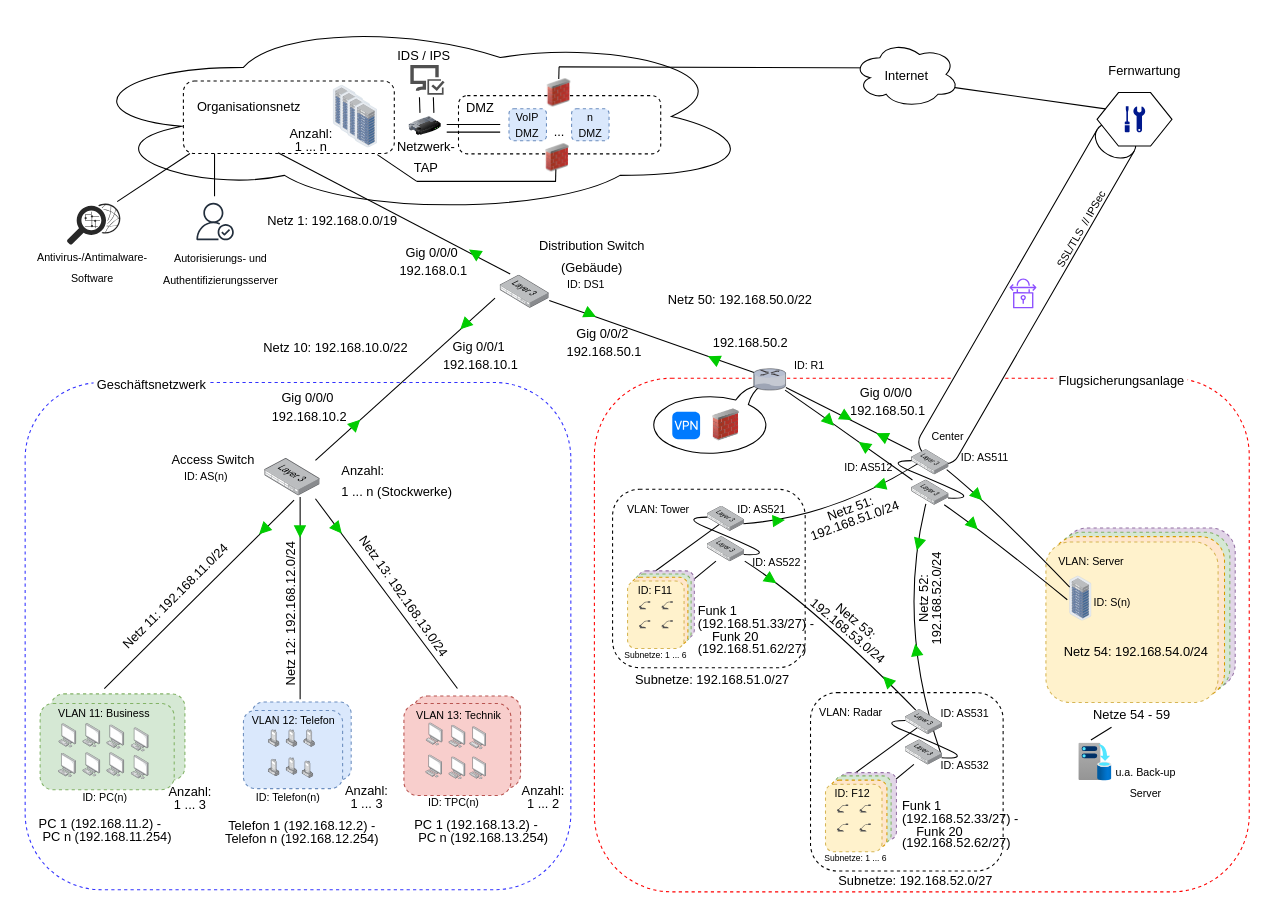
The draw.io diagram Logische Netzwerktopologie.drawio in meetSeb/Computer-Network, before the edit. Source tidied: cells renumbered, new cells numbered last; positions are measured from the earlier drawing's top-left corner, leaving out a move shared by most shapes. Both pictures are drawn from the tidied source at 107%, with x=0, y=0 at pixel (18, 18).
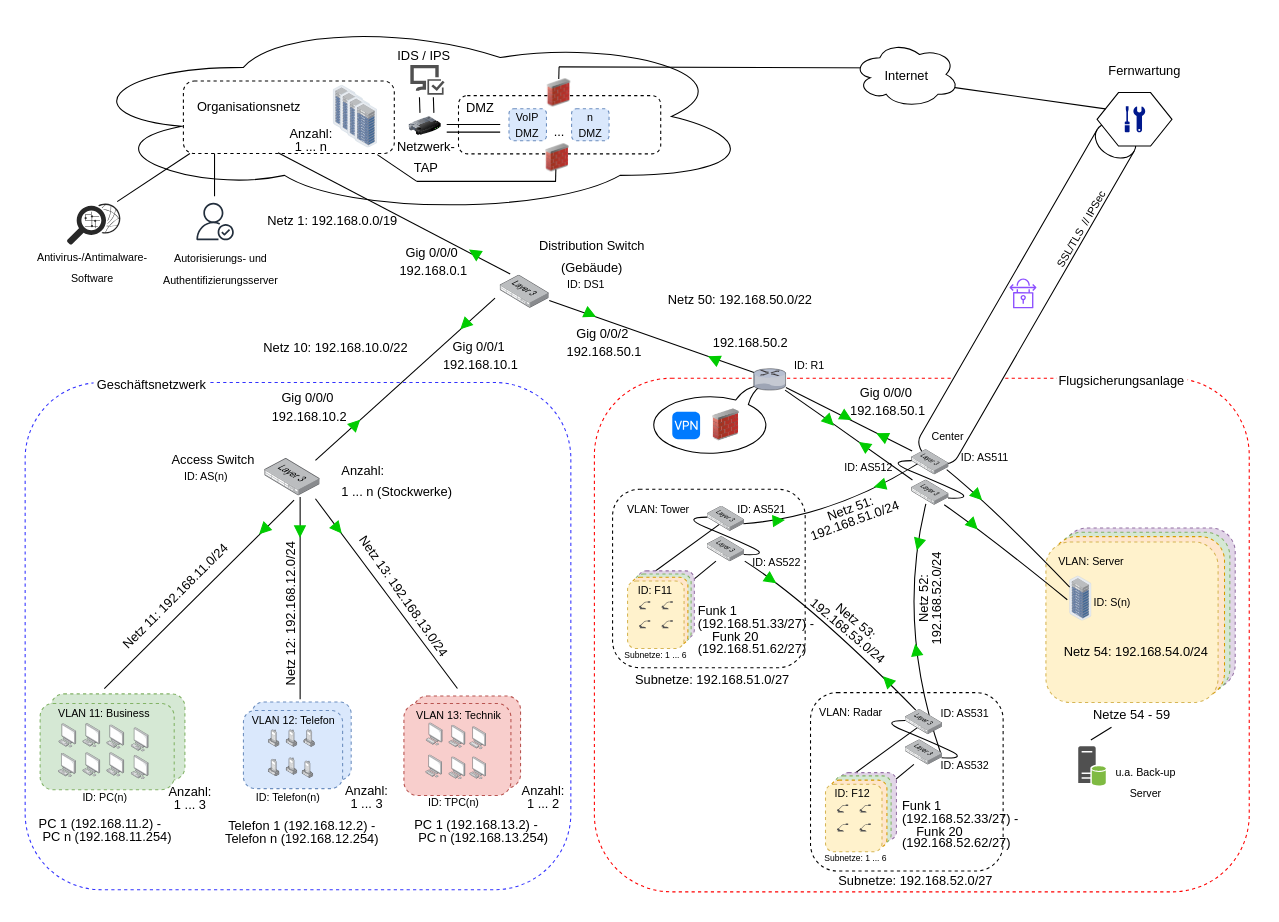
After the change.

Unchanged cells that the change refers to:
```xml
<mxCell id="189" value="&lt;p style=&quot;line-height: 60%;&quot;&gt;&lt;font style=&quot;font-size: 12px;&quot;&gt;Netze 54 - 59&lt;/font&gt;&lt;/p&gt;" style="text;strokeColor=none;fillColor=none;html=1;align=center;verticalAlign=middle;whiteSpace=wrap;rounded=0;fontSize=16;rotation=0;" parent="181" vertex="1">
  <mxGeometry x="4" y="162" width="153.3" height="24.1" as="geometry" />
</mxCell>
```

Change to the diagram source:
```diff
@@
-    <mxCell id="229" style="image;html=1;points=[];align=center;fontSize=12;image=img/lib/azure2/azure_stack/Infrastructure_Backup.svg;" parent="1" vertex="1">
-      <mxGeometry x="990.8" y="677" width="30.9" height="35.5" as="geometry" />
-    </mxCell>
@@
-    <mxCell id="232" style="endArrow=none;html=1;rounded=0;fontSize=12;startSize=8;endSize=8;curved=1;entryX=0.364;entryY=-0.082;entryDx=0;entryDy=0;entryPerimeter=0;" parent="1" edge="1" source="189" target="229">
-      <mxGeometry relative="1" as="geometry" />
+    <mxCell id="232" style="endArrow=none;html=1;rounded=0;fontSize=12;startSize=8;endSize=8;curved=1;entryX=0.364;entryY=-0.082;entryDx=0;entryDy=0;entryPerimeter=0;" parent="1" edge="1" source="189">
+      <mxGeometry relative="1" as="geometry">
+        <mxPoint x="1002" y="674.1" as="targetPoint" />
+      </mxGeometry>
     </mxCell>
@@
+    <mxCell id="234" style="rounded=0;whiteSpace=wrap;html=1;strokeColor=none;" parent="1" vertex="1">
+      <mxGeometry x="970" y="676" width="50" height="55.2" as="geometry" />
+    </mxCell>
+    <mxCell id="235" style="sketch=0;shadow=0;dashed=0;html=1;strokeColor=none;fillColor=#505050;labelPosition=center;verticalLabelPosition=bottom;verticalAlign=top;align=center;shape=mxgraph.office.databases.database_server_green;" parent="1" vertex="1">
+      <mxGeometry x="990.2" y="680" width="25.8" height="37" as="geometry" />
+    </mxCell>
```
